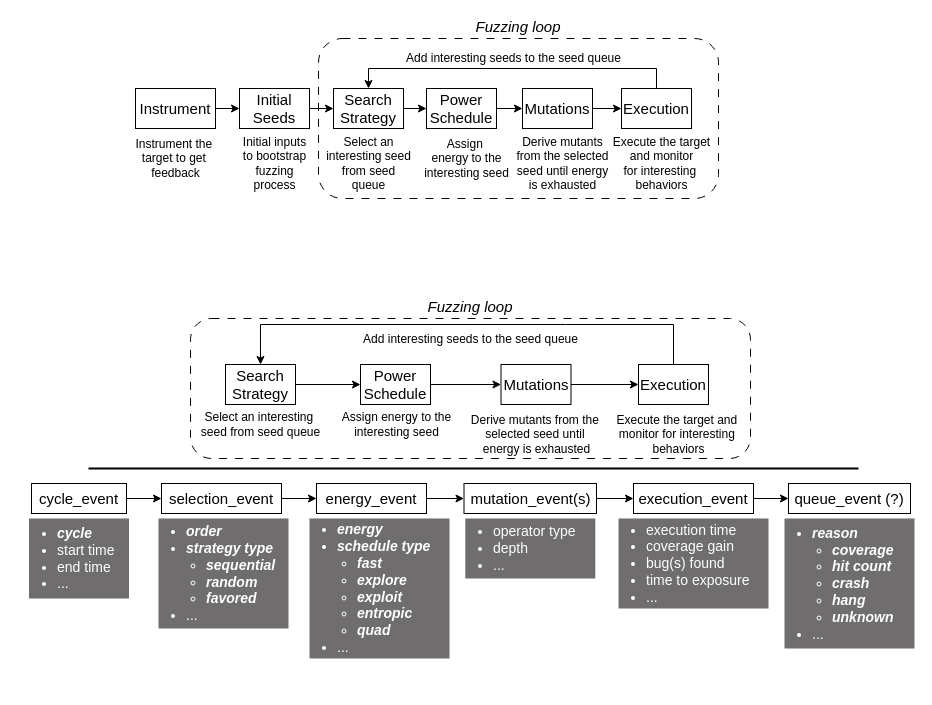
The draw.io diagram tex/assets/diagrams.drawio in sritejakv/fuzzing_workshop_ndss, before the edit. Source tidied: cells renumbered, new cells numbered last; positions are measured from the earlier drawing's top-left corner, leaving out a move shared by most shapes. Both pictures are drawn from the tidied source at 100%, with x=0, y=0 at pixel (28, 38).
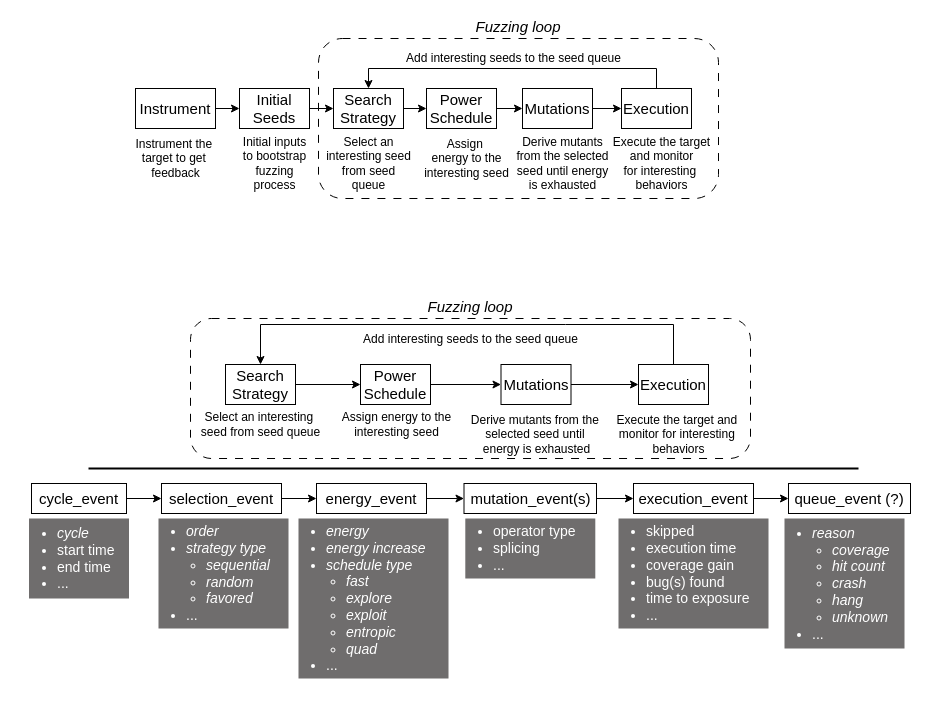
The same diagram, later.

Commit message (it also covers changes not shown here):
kts: update events figures

What changed in the source:
```diff
@@
-    <mxCell id="47" value="&lt;ul&gt;&lt;li&gt;&lt;b&gt;&lt;i&gt;order&lt;/i&gt;&lt;/b&gt;&lt;/li&gt;&lt;li&gt;&lt;b&gt;&lt;i&gt;strategy type&lt;/i&gt;&lt;/b&gt;&lt;/li&gt;&lt;ul style=&quot;padding-left: 20px;&quot;&gt;&lt;li&gt;&lt;b&gt;&lt;i&gt;sequential&lt;/i&gt;&lt;/b&gt;&lt;/li&gt;&lt;li&gt;&lt;b&gt;&lt;i&gt;random&lt;/i&gt;&lt;/b&gt;&lt;/li&gt;&lt;li&gt;&lt;b&gt;&lt;i&gt;favored&lt;/i&gt;&lt;/b&gt;&lt;/li&gt;&lt;/ul&gt;&lt;li&gt;...&lt;/li&gt;&lt;/ul&gt;" style="text;html=1;align=left;verticalAlign=middle;strokeColor=none;fillColor=light-dark(#6f6d6d, #ededed);fontSize=14;spacing=0;spacingLeft=-12;spacingTop=-12;spacingBottom=-12;fontColor=#FFFFFF;" parent="1" vertex="1">
+    <mxCell id="47" value="&lt;ul&gt;&lt;li&gt;&lt;span&gt;&lt;i&gt;order&lt;/i&gt;&lt;/span&gt;&lt;/li&gt;&lt;li&gt;&lt;span&gt;&lt;i&gt;strategy type&lt;/i&gt;&lt;/span&gt;&lt;/li&gt;&lt;ul style=&quot;padding-left: 20px;&quot;&gt;&lt;li&gt;&lt;span&gt;&lt;i&gt;sequential&lt;/i&gt;&lt;/span&gt;&lt;/li&gt;&lt;li&gt;&lt;span&gt;&lt;i&gt;random&lt;/i&gt;&lt;/span&gt;&lt;/li&gt;&lt;li&gt;&lt;span&gt;&lt;i&gt;favored&lt;/i&gt;&lt;/span&gt;&lt;/li&gt;&lt;/ul&gt;&lt;li&gt;...&lt;/li&gt;&lt;/ul&gt;" style="text;html=1;align=left;verticalAlign=middle;strokeColor=none;fillColor=light-dark(#6f6d6d, #ededed);fontSize=14;spacing=0;spacingLeft=-12;spacingTop=-12;spacingBottom=-12;fontColor=#FFFFFF;fontStyle=0;" parent="1" vertex="1">
       <mxGeometry x="130" y="480" width="130" height="110" as="geometry" />
     </mxCell>
@@
-    <mxCell id="49" value="&lt;ul&gt;&lt;li&gt;execution time&lt;/li&gt;&lt;li&gt;coverage gain&lt;/li&gt;&lt;li&gt;bug(s) found&lt;/li&gt;&lt;li&gt;time to exposure&lt;/li&gt;&lt;li&gt;...&lt;/li&gt;&lt;/ul&gt;" style="text;html=1;align=left;verticalAlign=middle;strokeColor=none;fillColor=light-dark(#6f6d6d, #ededed);fontSize=14;spacing=0;spacingLeft=-12;spacingTop=-12;spacingBottom=-12;fontColor=#FFFFFF;" parent="1" vertex="1">
-      <mxGeometry x="590" y="480" width="150" height="90" as="geometry" />
+    <mxCell id="49" value="&lt;ul&gt;&lt;li&gt;skipped&lt;/li&gt;&lt;li&gt;execution time&lt;/li&gt;&lt;li&gt;coverage gain&lt;/li&gt;&lt;li&gt;bug(s) found&lt;/li&gt;&lt;li&gt;time to exposure&lt;/li&gt;&lt;li&gt;...&lt;/li&gt;&lt;/ul&gt;" style="text;html=1;align=left;verticalAlign=middle;strokeColor=none;fillColor=light-dark(#6f6d6d, #ededed);fontSize=14;spacing=0;spacingLeft=-12;spacingTop=-12;spacingBottom=-12;fontColor=#FFFFFF;" parent="1" vertex="1">
+      <mxGeometry x="590" y="480" width="150" height="110" as="geometry" />
     </mxCell>
-    <mxCell id="50" value="&lt;ul&gt;&lt;li&gt;&lt;b&gt;&lt;i&gt;cycle&lt;/i&gt;&lt;/b&gt;&lt;/li&gt;&lt;li&gt;start time&lt;/li&gt;&lt;li&gt;end time&lt;/li&gt;&lt;li&gt;...&lt;/li&gt;&lt;/ul&gt;" style="text;html=1;align=left;verticalAlign=middle;strokeColor=none;fillColor=light-dark(#6f6d6d, #ededed);fontSize=14;spacing=0;spacingLeft=-12;spacingTop=-12;spacingBottom=-12;fontColor=#FFFFFF;" parent="1" vertex="1">
+    <mxCell id="50" value="&lt;ul&gt;&lt;li&gt;&lt;span&gt;&lt;i&gt;cycle&lt;/i&gt;&lt;/span&gt;&lt;/li&gt;&lt;li&gt;start time&lt;/li&gt;&lt;li&gt;end time&lt;/li&gt;&lt;li&gt;...&lt;/li&gt;&lt;/ul&gt;" style="text;html=1;align=left;verticalAlign=middle;strokeColor=none;fillColor=light-dark(#6f6d6d, #ededed);fontSize=14;spacing=0;spacingLeft=-12;spacingTop=-12;spacingBottom=-12;fontColor=#FFFFFF;fontStyle=0;" parent="1" vertex="1">
       <mxGeometry x="0.5" y="480" width="100" height="80" as="geometry" />
     </mxCell>
-    <mxCell id="51" value="&lt;ul&gt;&lt;li&gt;&lt;b&gt;&lt;i&gt;energy&lt;/i&gt;&lt;/b&gt;&lt;/li&gt;&lt;li&gt;&lt;b&gt;&lt;i&gt;schedule type&lt;/i&gt;&lt;/b&gt;&lt;/li&gt;&lt;ul style=&quot;padding-left: 20px;&quot;&gt;&lt;li&gt;&lt;b&gt;&lt;i&gt;fast&lt;/i&gt;&lt;/b&gt;&lt;/li&gt;&lt;li&gt;&lt;b&gt;&lt;i&gt;explore&lt;/i&gt;&lt;/b&gt;&lt;/li&gt;&lt;li&gt;&lt;b&gt;&lt;i&gt;exploit&lt;/i&gt;&lt;/b&gt;&lt;/li&gt;&lt;li&gt;&lt;b&gt;&lt;i&gt;entropic&lt;/i&gt;&lt;/b&gt;&lt;/li&gt;&lt;li&gt;&lt;b&gt;&lt;i&gt;quad&lt;/i&gt;&lt;/b&gt;&lt;/li&gt;&lt;/ul&gt;&lt;li&gt;...&lt;/li&gt;&lt;/ul&gt;" style="text;html=1;align=left;verticalAlign=middle;strokeColor=none;fillColor=light-dark(#6f6d6d, #ededed);fontSize=14;spacing=0;spacingLeft=-12;spacingTop=-12;spacingBottom=-12;fontColor=#FFFFFF;" parent="1" vertex="1">
-      <mxGeometry x="281" y="480" width="140" height="140" as="geometry" />
+    <mxCell id="51" value="&lt;ul&gt;&lt;li&gt;&lt;span&gt;&lt;i&gt;energy&lt;/i&gt;&lt;/span&gt;&lt;/li&gt;&lt;li&gt;&lt;span&gt;&lt;i&gt;energy increase&lt;/i&gt;&lt;/span&gt;&lt;/li&gt;&lt;li&gt;&lt;span&gt;&lt;i&gt;schedule type&lt;/i&gt;&lt;/span&gt;&lt;/li&gt;&lt;ul style=&quot;padding-left: 20px;&quot;&gt;&lt;li&gt;&lt;span&gt;&lt;i&gt;fast&lt;/i&gt;&lt;/span&gt;&lt;/li&gt;&lt;li&gt;&lt;span&gt;&lt;i&gt;explore&lt;/i&gt;&lt;/span&gt;&lt;/li&gt;&lt;li&gt;&lt;span&gt;&lt;i&gt;exploit&lt;/i&gt;&lt;/span&gt;&lt;/li&gt;&lt;li&gt;&lt;span&gt;&lt;i&gt;entropic&lt;/i&gt;&lt;/span&gt;&lt;/li&gt;&lt;li&gt;&lt;span&gt;&lt;i&gt;quad&lt;/i&gt;&lt;/span&gt;&lt;/li&gt;&lt;/ul&gt;&lt;li&gt;...&lt;/li&gt;&lt;/ul&gt;" style="text;html=1;align=left;verticalAlign=middle;strokeColor=none;fillColor=light-dark(#6f6d6d, #ededed);fontSize=14;spacing=0;spacingLeft=-12;spacingTop=-12;spacingBottom=-12;fontColor=#FFFFFF;fontStyle=0;" parent="1" vertex="1">
+      <mxGeometry x="270" y="480" width="150" height="160" as="geometry" />
     </mxCell>
-    <mxCell id="52" value="&lt;ul&gt;&lt;li&gt;operator type&lt;/li&gt;&lt;li&gt;depth&lt;/li&gt;&lt;li&gt;...&lt;/li&gt;&lt;/ul&gt;" style="text;html=1;align=left;verticalAlign=middle;strokeColor=none;fillColor=light-dark(#6f6d6d, #ededed);fontSize=14;spacing=0;spacingLeft=-12;spacingTop=-12;spacingBottom=-12;fontColor=#FFFFFF;" parent="1" vertex="1">
+    <mxCell id="52" value="&lt;ul&gt;&lt;li&gt;operator type&lt;/li&gt;&lt;li&gt;splicing&lt;/li&gt;&lt;li&gt;...&lt;/li&gt;&lt;/ul&gt;" style="text;html=1;align=left;verticalAlign=middle;strokeColor=none;fillColor=light-dark(#6f6d6d, #ededed);fontSize=14;spacing=0;spacingLeft=-12;spacingTop=-12;spacingBottom=-12;fontColor=#FFFFFF;" parent="1" vertex="1">
       <mxGeometry x="436.8" y="480" width="130" height="60" as="geometry" />
     </mxCell>
-    <mxCell id="53" value="&lt;ul&gt;&lt;li&gt;&lt;b&gt;&lt;i&gt;reason&lt;/i&gt;&lt;/b&gt;&lt;/li&gt;&lt;ul style=&quot;padding-left: 20px;&quot;&gt;&lt;li&gt;&lt;b&gt;&lt;i&gt;coverage&lt;/i&gt;&lt;/b&gt;&lt;/li&gt;&lt;li&gt;&lt;b&gt;&lt;i&gt;hit count&lt;/i&gt;&lt;/b&gt;&lt;/li&gt;&lt;li&gt;&lt;b&gt;&lt;i&gt;crash&lt;/i&gt;&lt;/b&gt;&lt;/li&gt;&lt;li&gt;&lt;b&gt;&lt;i&gt;hang&lt;/i&gt;&lt;/b&gt;&lt;/li&gt;&lt;li&gt;&lt;span style=&quot;background-color: transparent; color: light-dark(rgb(255, 255, 255), rgb(18, 18, 18));&quot;&gt;&lt;b&gt;&lt;i&gt;unknown&lt;/i&gt;&lt;/b&gt;&lt;/span&gt;&lt;/li&gt;&lt;/ul&gt;&lt;li&gt;...&lt;/li&gt;&lt;/ul&gt;" style="text;html=1;align=left;verticalAlign=middle;strokeColor=none;fillColor=light-dark(#6f6d6d, #ededed);fontSize=14;spacing=0;spacingLeft=-12;spacingTop=-12;spacingBottom=-12;fontColor=#FFFFFF;" parent="1" vertex="1">
-      <mxGeometry x="756" y="480" width="130" height="130" as="geometry" />
+    <mxCell id="53" value="&lt;ul&gt;&lt;li&gt;&lt;span&gt;&lt;i&gt;reason&lt;/i&gt;&lt;/span&gt;&lt;/li&gt;&lt;ul style=&quot;padding-left: 20px;&quot;&gt;&lt;li&gt;&lt;span&gt;&lt;i&gt;coverage&lt;/i&gt;&lt;/span&gt;&lt;/li&gt;&lt;li&gt;&lt;span&gt;&lt;i&gt;hit count&lt;/i&gt;&lt;/span&gt;&lt;/li&gt;&lt;li&gt;&lt;span&gt;&lt;i&gt;crash&lt;/i&gt;&lt;/span&gt;&lt;/li&gt;&lt;li&gt;&lt;span&gt;&lt;i&gt;hang&lt;/i&gt;&lt;/span&gt;&lt;/li&gt;&lt;li&gt;&lt;span style=&quot;background-color: transparent; color: light-dark(rgb(255, 255, 255), rgb(18, 18, 18));&quot;&gt;&lt;span&gt;&lt;i&gt;unknown&lt;/i&gt;&lt;/span&gt;&lt;/span&gt;&lt;/li&gt;&lt;/ul&gt;&lt;li&gt;...&lt;/li&gt;&lt;/ul&gt;" style="text;html=1;align=left;verticalAlign=middle;strokeColor=none;fillColor=light-dark(#6f6d6d, #ededed);fontSize=14;spacing=0;spacingLeft=-12;spacingTop=-12;spacingBottom=-12;fontColor=#FFFFFF;fontStyle=0;" parent="1" vertex="1">
+      <mxGeometry x="756" y="480" width="120" height="130" as="geometry" />
     </mxCell>
```
